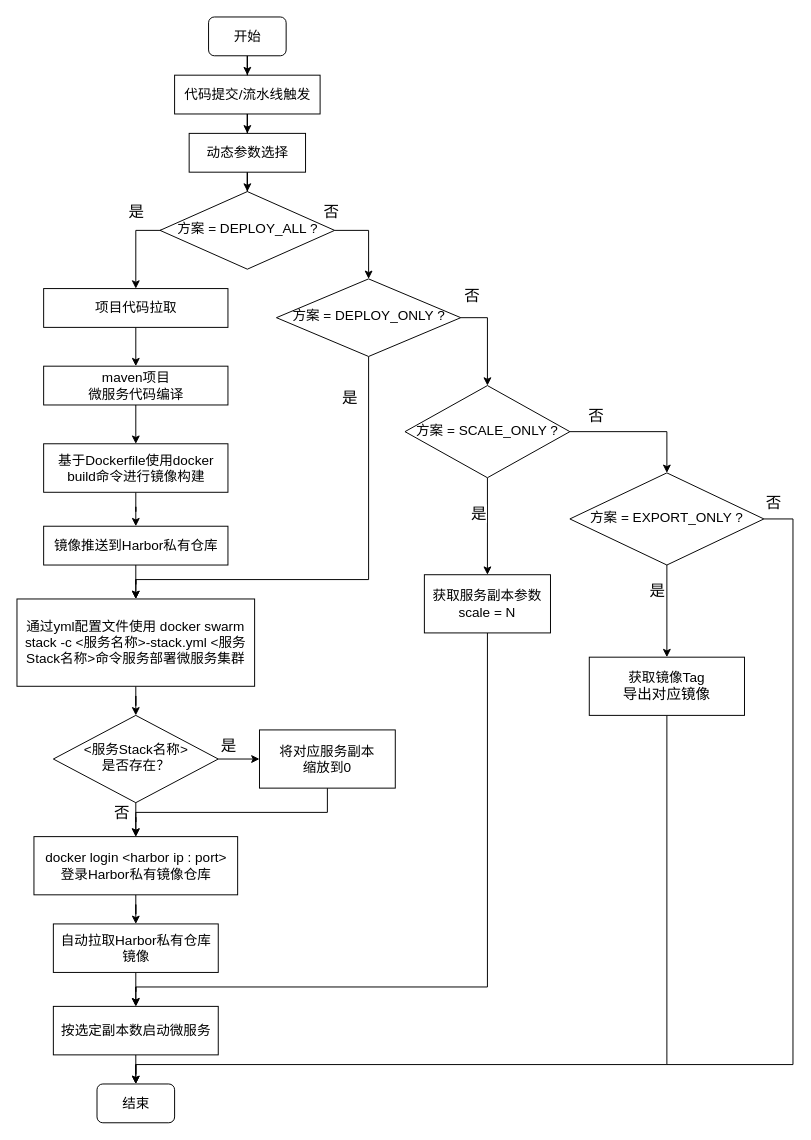
Before: jenkins-cicd-flow.drawio in oasisnoehub/DevOps, a draw.io diagram. Source tidied: cells renumbered, new cells numbered last; positions are measured from the earlier drawing's top-left corner, leaving out a move shared by most shapes. Both pictures are drawn from the tidied source at 97%, with x=0, y=0 at pixel (16, 16).
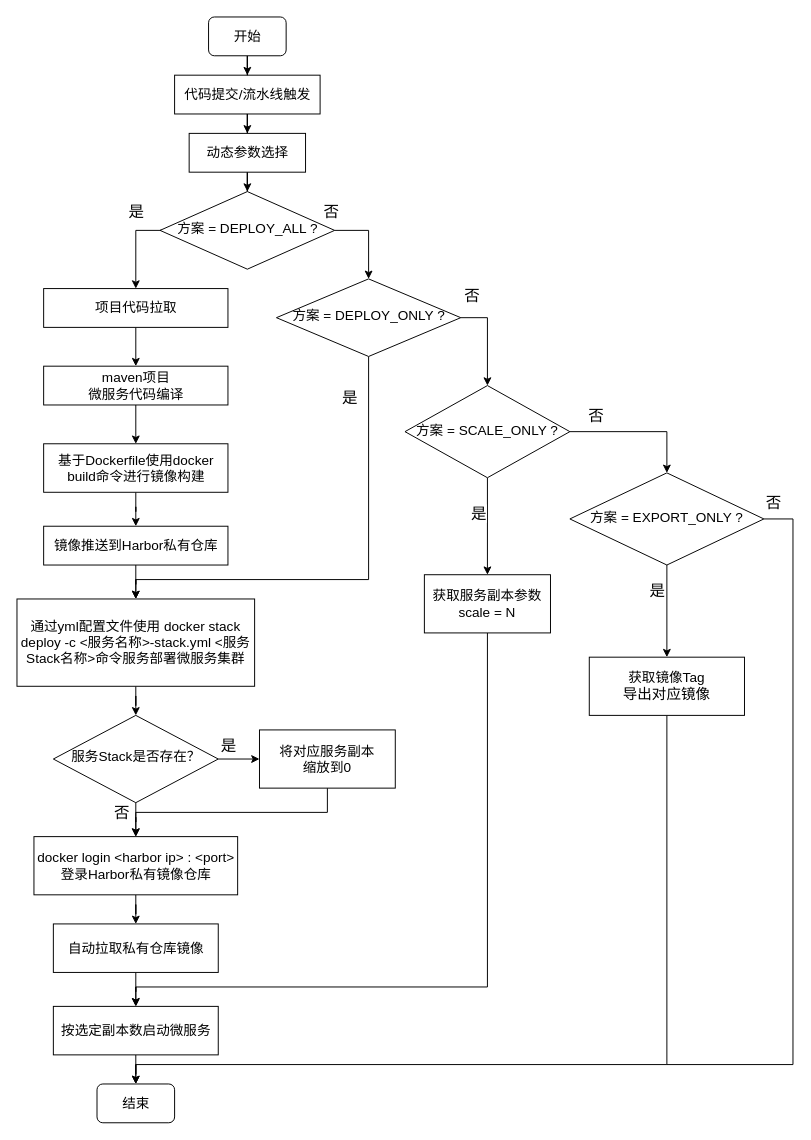
The same page after the edit.

The change refers to these unchanged cells:
```xml
<mxCell id="2" style="group;" parent="1" vertex="1">
  <mxGeometry width="800" height="1140" as="geometry" />
</mxCell>
```

What changed in the source:
```diff
@@
-    <mxCell id="21" value="&lt;div style=&quot;font-size: 14px;&quot;&gt;&lt;span style=&quot;background-color: initial; font-size: 14px;&quot;&gt;通过yml配置文件使用&amp;nbsp;&lt;/span&gt;&lt;span style=&quot;background-color: initial; font-size: 14px;&quot;&gt;docker swarm stack -c &amp;lt;服务名称&amp;gt;-stack.yml &amp;lt;服务Stack名称&amp;gt;命令&lt;/span&gt;&lt;span style=&quot;background-color: initial; font-size: 14px;&quot;&gt;服务部署微服务集群&lt;/span&gt;&lt;/div&gt;" style="rounded=0;whiteSpace=wrap;html=1;fontSize=14;glass=0;strokeWidth=1;shadow=0;align=center;" parent="2" vertex="1">
+    <mxCell id="21" value="&lt;div style=&quot;font-size: 14px;&quot;&gt;&lt;span style=&quot;background-color: initial; font-size: 14px;&quot;&gt;通过yml配置文件使用&amp;nbsp;&lt;/span&gt;&lt;span style=&quot;background-color: initial; font-size: 14px;&quot;&gt;docker stack deploy -c &amp;lt;服务名称&amp;gt;-stack.yml &amp;lt;服务Stack名称&amp;gt;命令&lt;/span&gt;&lt;span style=&quot;background-color: initial; font-size: 14px;&quot;&gt;服务部署微服务集群&lt;/span&gt;&lt;/div&gt;" style="rounded=0;whiteSpace=wrap;html=1;fontSize=14;glass=0;strokeWidth=1;shadow=0;align=center;" parent="2" vertex="1">
       <mxGeometry y="600" width="245" height="90" as="geometry" />
     </mxCell>
@@
-    <mxCell id="23" value="docker login &amp;lt;harbor ip : port&amp;gt;&lt;div style=&quot;font-size: 14px;&quot;&gt;登录Harbor私有镜像仓库&lt;/div&gt;" style="rounded=0;whiteSpace=wrap;html=1;fontSize=14;glass=0;strokeWidth=1;shadow=0;" parent="2" vertex="1">
+    <mxCell id="23" value="docker login &amp;lt;harbor ip&amp;gt; : &amp;lt;port&amp;gt;&lt;div style=&quot;font-size: 14px;&quot;&gt;登录Harbor私有镜像仓库&lt;/div&gt;" style="rounded=0;whiteSpace=wrap;html=1;fontSize=14;glass=0;strokeWidth=1;shadow=0;" parent="2" vertex="1">
       <mxGeometry x="17.5" y="845" width="210" height="60" as="geometry" />
     </mxCell>
@@
-    <mxCell id="27" value="&lt;div style=&quot;font-size: 14px;&quot;&gt;自动拉取Harbor私有仓库镜像&lt;/div&gt;" style="rounded=0;whiteSpace=wrap;html=1;fontSize=14;glass=0;strokeWidth=1;shadow=0;" parent="2" vertex="1">
+    <mxCell id="27" value="&lt;div style=&quot;font-size: 14px;&quot;&gt;自动拉取私有仓库镜像&lt;/div&gt;" style="rounded=0;whiteSpace=wrap;html=1;fontSize=14;glass=0;strokeWidth=1;shadow=0;" parent="2" vertex="1">
       <mxGeometry x="37.5" y="935" width="170" height="50" as="geometry" />
     </mxCell>
@@
-    <mxCell id="31" value="&amp;lt;服务Stack名称&amp;gt;&lt;div style=&quot;font-size: 14px;&quot;&gt;是否存在？&lt;/div&gt;" style="rhombus;whiteSpace=wrap;html=1;shadow=0;fontFamily=Helvetica;fontSize=14;align=center;strokeWidth=1;spacing=6;spacingTop=-4;" parent="2" vertex="1">
+    <mxCell id="31" value="服务Stack&lt;span style=&quot;background-color: initial;&quot;&gt;是否存在？&lt;/span&gt;" style="rhombus;whiteSpace=wrap;html=1;shadow=0;fontFamily=Helvetica;fontSize=14;align=center;strokeWidth=1;spacing=6;spacingTop=-4;" parent="2" vertex="1">
       <mxGeometry x="37.5" y="720" width="170" height="90" as="geometry" />
     </mxCell>
```
